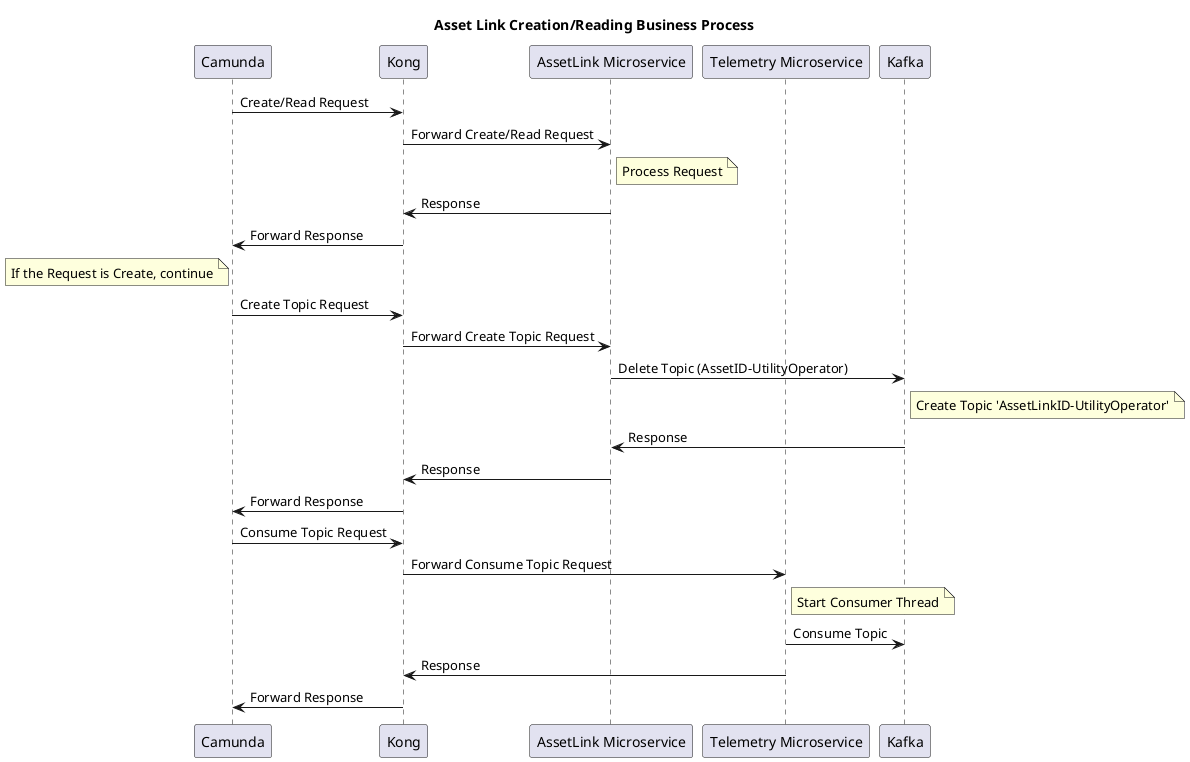
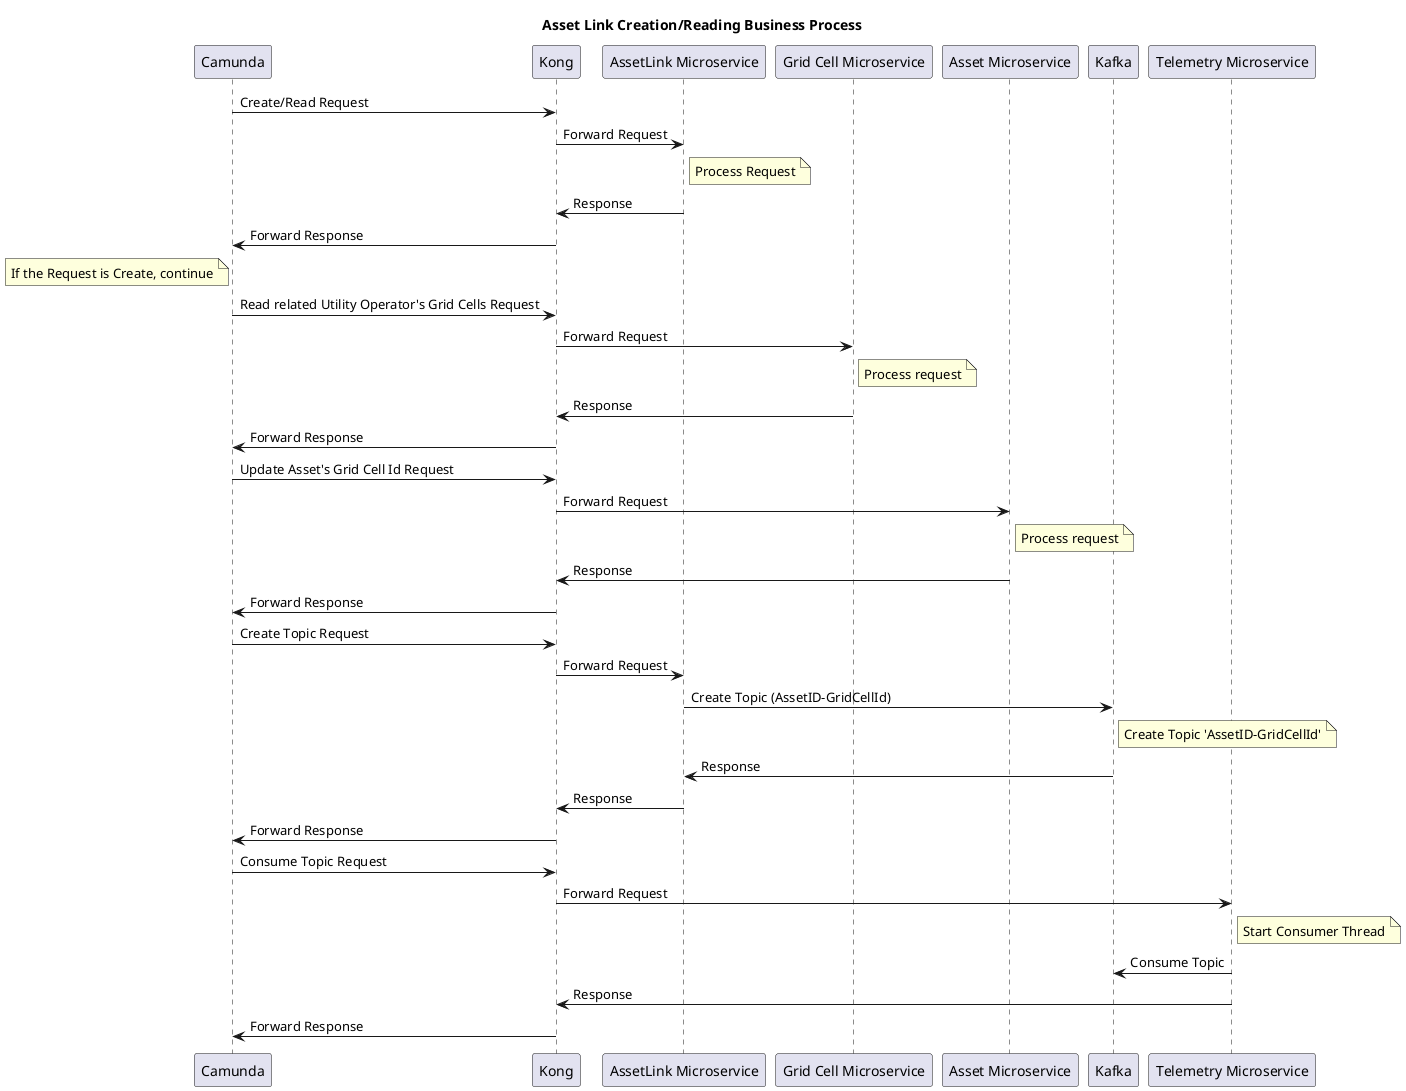
@startuml AssetLinkManagement
title Asset Link Creation/Reading Business Process
+ 
+ /'
+ In order to create an asset link we need to first make a contract between the prosumer and utility operator. POST /AssetLink
+ Fetch all potential grid cells from the contracted Utility Operator. GET /GridCells/by-operator-ids?operatorIds=<id>
+ Assign a grid cell to the asset(s) using the Asset MicroService PUT /Asset
+ Create a new topic(s) in Kafka using the AssetLink microservice POST /AssetLink/topic/{assetId}/{gridCellId}
+ Activate the consumption of said topic(s) by the Telemetry Microservice POST /Telemetry/consume
+ '/

participant Camunda
participant Kong
participant "AssetLink Microservice" as Link
+ participant "Grid Cell Microservice" as GC
+ participant "Asset Microservice" as Asset
+ participant Kafka
participant "Telemetry Microservice" as Tel
- participant Kafka

Camunda -> Kong : Create/Read Request
- Kong -> Link : Forward Create/Read Request
+ Kong -> Link : Forward Request
note right of Link : Process Request
Link -> Kong : Response
Kong -> Camunda : Forward Response

note left of Camunda : If the Request is Create, continue

+ Camunda -> Kong : Read related Utility Operator's Grid Cells Request
+ Kong -> GC : Forward Request
+ note right of GC : Process request
+ GC -> Kong : Response
+ Kong -> Camunda : Forward Response
+ 
+ Camunda -> Kong : Update Asset's Grid Cell Id Request
+ Kong -> Asset : Forward Request
+ note right of Asset : Process request
+ Asset -> Kong : Response
+ Kong -> Camunda : Forward Response
+ 
Camunda -> Kong : Create Topic Request
- Kong -> Link : Forward Create Topic Request
- Link -> Kafka : Delete Topic (AssetID-UtilityOperator)
- note right of Kafka : Create Topic 'AssetLinkID-UtilityOperator'
+ Kong -> Link : Forward Request
+ Link -> Kafka : Create Topic (AssetID-GridCellId)
+ note right of Kafka : Create Topic 'AssetID-GridCellId'
Kafka -> Link : Response
Link -> Kong : Response
Kong -> Camunda : Forward Response

Camunda -> Kong : Consume Topic Request
- Kong -> Tel : Forward Consume Topic Request
+ Kong -> Tel : Forward Request
note right of Tel : Start Consumer Thread
Tel -> Kafka : Consume Topic
Tel -> Kong : Response
Kong -> Camunda : Forward Response
@enduml